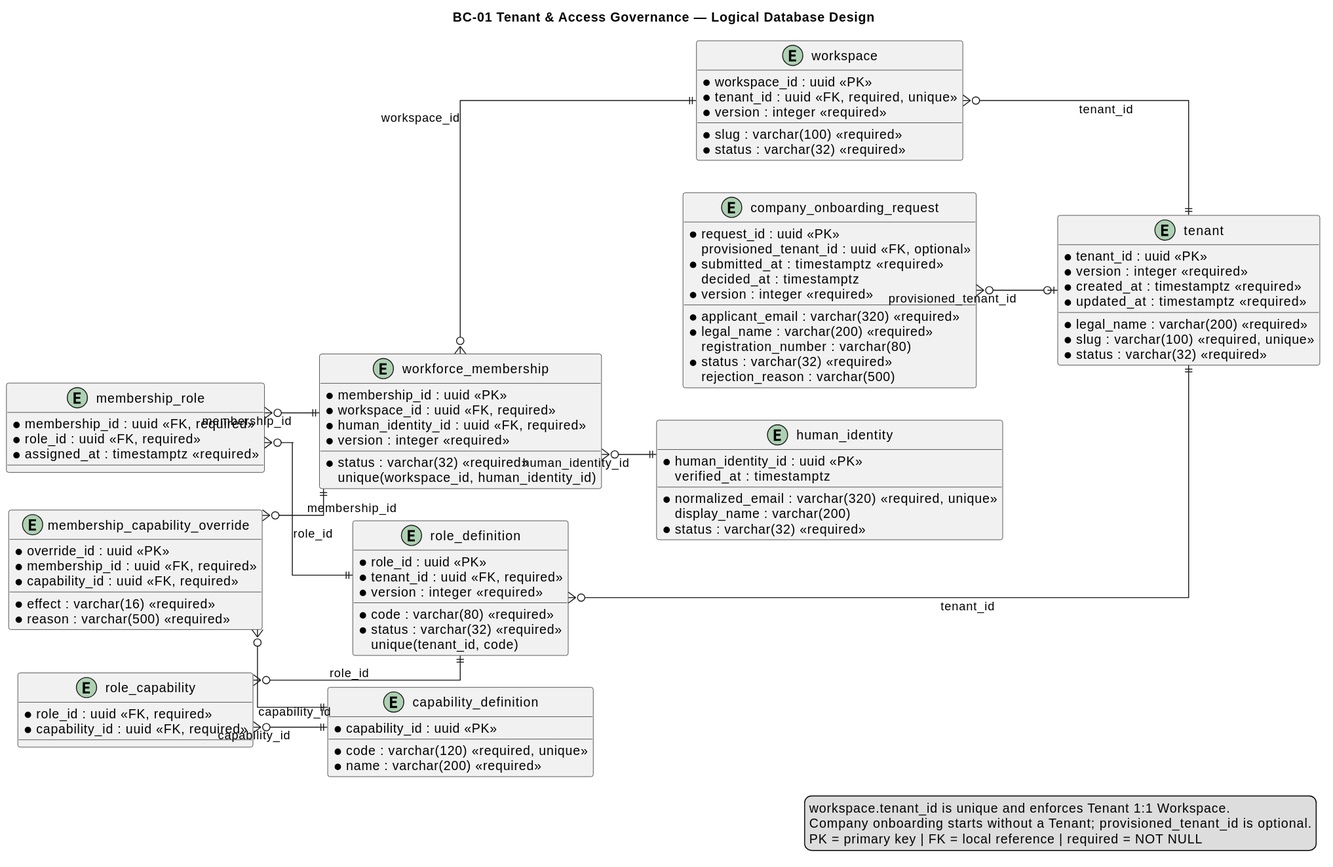
Before: report/assets/chapter-2/tactical/BC-01/database-diagram.svg, a diagram exported from PlantUML (nexa-suite/mobile-report).
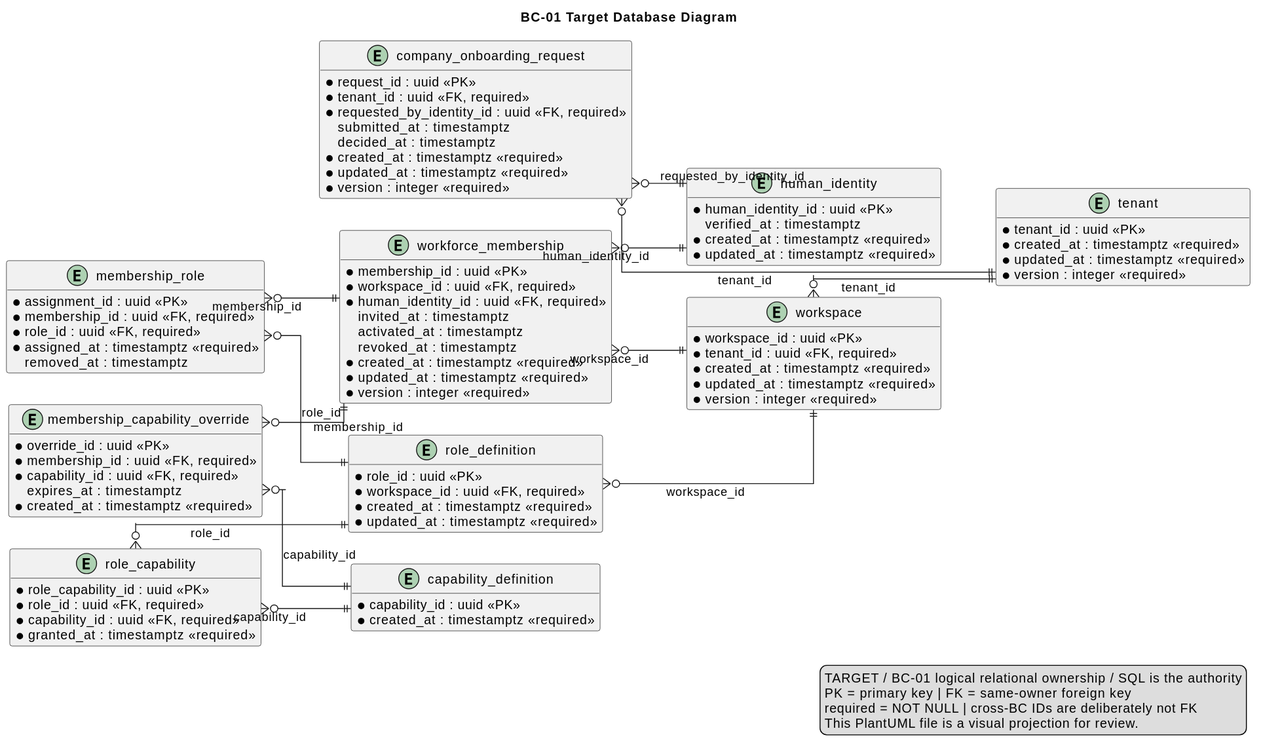
Later version of the same file.

Diff of the diagram source:
```diff
@@ -1,6 +1,7 @@
 @startuml
-title BC-01 Tenant & Access Governance — Logical Database Design
+title BC-01 Target Database Diagram
 left to right direction
+hide methods
 skinparam shadowing false
 skinparam linetype ortho
 skinparam entity {
@@ -9,103 +10,125 @@
   FontColor #0F172A
 }
 
-entity "tenant" as tenant {
+entity "tenant" as t_tenant {
   * tenant_id : uuid <<PK>>
   * legal_name : varchar(200) <<required>>
-  * slug : varchar(100) <<required, unique>>
+  * slug : varchar(100) <<required>>
   * status : varchar(32) <<required>>
+  * created_at : timestamptz <<required>>
+  * updated_at : timestamptz <<required>>
   * version : integer <<required>>
+}
+
+entity "workspace" as t_workspace {
+  * workspace_id : uuid <<PK>>
+  * tenant_id : uuid <<FK, required>>
+  * name : varchar(160) <<required>>
+  * status : varchar(32) <<required>>
+  * created_at : timestamptz <<required>>
+  * updated_at : timestamptz <<required>>
+  * version : integer <<required>>
+}
+
+entity "human_identity" as t_human_identity {
+  * human_identity_id : uuid <<PK>>
+  * email : varchar(320) <<required>>
+  * normalized_email : varchar(320) <<required>>
+    display_name : varchar(200)
+  * status : varchar(32) <<required>>
+    verified_at : timestamptz
   * created_at : timestamptz <<required>>
   * updated_at : timestamptz <<required>>
 }
 
-entity "workspace" as workspace {
-  * workspace_id : uuid <<PK>>
-  * tenant_id : uuid <<FK, required, unique>>
-  * slug : varchar(100) <<required>>
+entity "company_onboarding_request" as t_company_onboarding_request {
+  * request_id : uuid <<PK>>
+  * tenant_id : uuid <<FK, required>>
+  * requested_by_identity_id : uuid <<FK, required>>
+  * legal_name : varchar(200) <<required>>
+    registration_number : varchar(80)
   * status : varchar(32) <<required>>
+    rejection_reason : varchar(500)
+    submitted_at : timestamptz
+    decided_at : timestamptz
+  * created_at : timestamptz <<required>>
+  * updated_at : timestamptz <<required>>
   * version : integer <<required>>
 }
 
-entity "human_identity" as human_identity {
-  * human_identity_id : uuid <<PK>>
-  * normalized_email : varchar(320) <<required, unique>>
-    display_name : varchar(200)
-  * status : varchar(32) <<required>>
-    verified_at : timestamptz
-}
-
-entity "company_onboarding_request" as onboarding_request {
-  * request_id : uuid <<PK>>
-  * applicant_email : varchar(320) <<required>>
-  * legal_name : varchar(200) <<required>>
-    registration_number : varchar(80)
-  * status : varchar(32) <<required>>
-    provisioned_tenant_id : uuid <<FK, optional>>
-    rejection_reason : varchar(500)
-  * submitted_at : timestamptz <<required>>
-    decided_at : timestamptz
-  * version : integer <<required>>
-}
-
-entity "workforce_membership" as workforce_membership {
+entity "workforce_membership" as t_workforce_membership {
   * membership_id : uuid <<PK>>
   * workspace_id : uuid <<FK, required>>
   * human_identity_id : uuid <<FK, required>>
   * status : varchar(32) <<required>>
+    invited_at : timestamptz
+    activated_at : timestamptz
+    revoked_at : timestamptz
+  * created_at : timestamptz <<required>>
+  * updated_at : timestamptz <<required>>
   * version : integer <<required>>
-    unique(workspace_id, human_identity_id)
 }
 
-entity "role_definition" as role_definition {
+entity "role_definition" as t_role_definition {
   * role_id : uuid <<PK>>
-  * tenant_id : uuid <<FK, required>>
+  * workspace_id : uuid <<FK, required>>
   * code : varchar(80) <<required>>
+  * name : varchar(160) <<required>>
   * status : varchar(32) <<required>>
-  * version : integer <<required>>
-    unique(tenant_id, code)
+  * created_at : timestamptz <<required>>
+  * updated_at : timestamptz <<required>>
 }
 
-entity "capability_definition" as capability_definition {
+entity "capability_definition" as t_capability_definition {
   * capability_id : uuid <<PK>>
-  * code : varchar(120) <<required, unique>>
+  * code : varchar(120) <<required>>
   * name : varchar(200) <<required>>
+    description : varchar(500)
+  * created_at : timestamptz <<required>>
 }
 
-entity "membership_role" as membership_role {
+entity "membership_role" as t_membership_role {
+  * assignment_id : uuid <<PK>>
   * membership_id : uuid <<FK, required>>
   * role_id : uuid <<FK, required>>
   * assigned_at : timestamptz <<required>>
+    removed_at : timestamptz
 }
 
-entity "role_capability" as role_capability {
+entity "role_capability" as t_role_capability {
+  * role_capability_id : uuid <<PK>>
   * role_id : uuid <<FK, required>>
   * capability_id : uuid <<FK, required>>
+  * granted_at : timestamptz <<required>>
 }
 
-entity "membership_capability_override" as capability_override {
+entity "membership_capability_override" as t_membership_capability_override {
   * override_id : uuid <<PK>>
   * membership_id : uuid <<FK, required>>
   * capability_id : uuid <<FK, required>>
   * effect : varchar(16) <<required>>
   * reason : varchar(500) <<required>>
+    expires_at : timestamptz
+  * created_at : timestamptz <<required>>
 }
 
-workspace }o--|| tenant : tenant_id
-onboarding_request }o--o| tenant : provisioned_tenant_id
-workforce_membership }o--|| workspace : workspace_id
-workforce_membership }o--|| human_identity : human_identity_id
-role_definition }o--|| tenant : tenant_id
-membership_role }o--|| workforce_membership : membership_id
-membership_role }o--|| role_definition : role_id
-role_capability }o--|| role_definition : role_id
-role_capability }o--|| capability_definition : capability_id
-capability_override }o--|| workforce_membership : membership_id
-capability_override }o--|| capability_definition : capability_id
+t_workspace }o--|| t_tenant : tenant_id
+t_company_onboarding_request }o--|| t_tenant : tenant_id
+t_company_onboarding_request }o--|| t_human_identity : requested_by_identity_id
+t_workforce_membership }o--|| t_workspace : workspace_id
+t_workforce_membership }o--|| t_human_identity : human_identity_id
+t_role_definition }o--|| t_workspace : workspace_id
+t_membership_role }o--|| t_workforce_membership : membership_id
+t_membership_role }o--|| t_role_definition : role_id
+t_role_capability }o--|| t_role_definition : role_id
+t_role_capability }o--|| t_capability_definition : capability_id
+t_membership_capability_override }o--|| t_workforce_membership : membership_id
+t_membership_capability_override }o--|| t_capability_definition : capability_id
 
 legend right
-workspace.tenant_id is unique and enforces Tenant 1:1 Workspace.
-Company onboarding starts without a Tenant; provisioned_tenant_id is optional.
-PK = primary key | FK = local reference | required = NOT NULL
+TARGET / BC-01 logical relational ownership / SQL is the authority
+PK = primary key | FK = same-owner foreign key
+required = NOT NULL | cross-BC IDs are deliberately not FK
+This PlantUML file is a visual projection for review.
 endlegend
 @enduml
```
